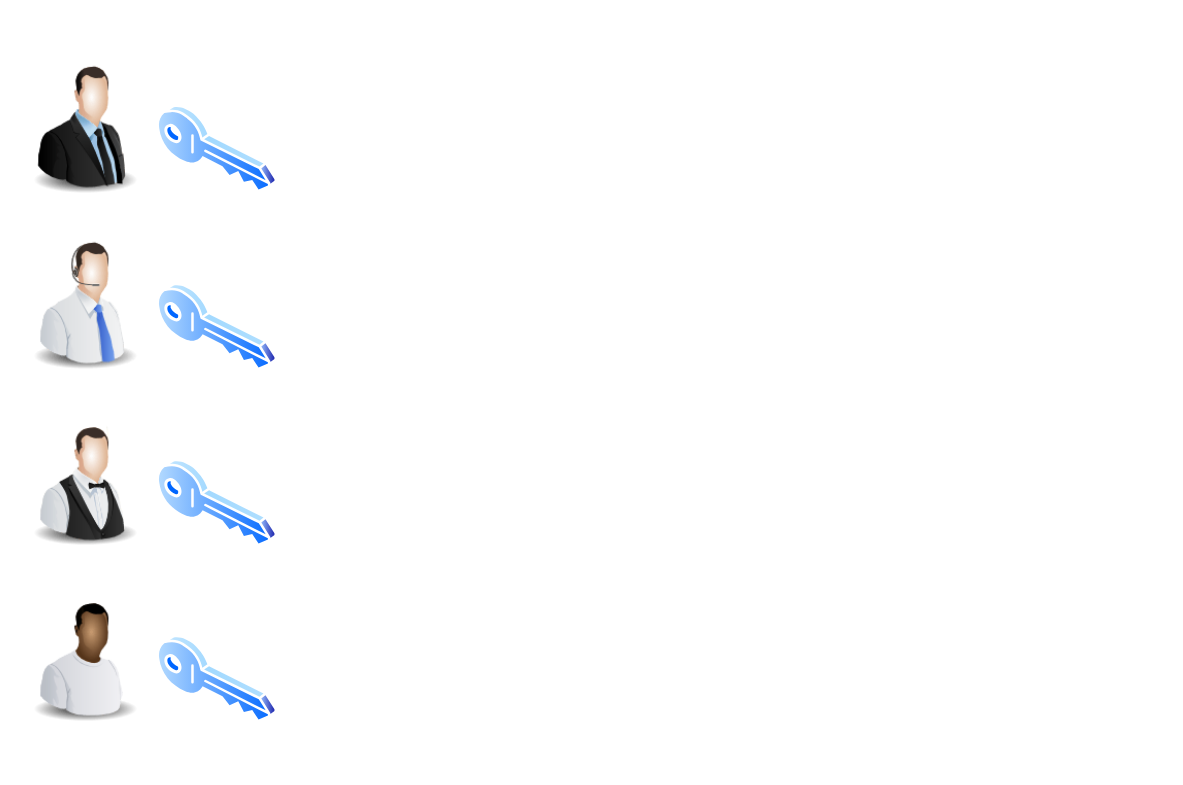
The draw.io diagram Unique/Paper Safe Wallet.drawio in hanggaa/Diagram, before the edit. Source tidied: cells renumbered, new cells numbered last; positions are measured from the earlier drawing's top-left corner, leaving out a move shared by most shapes. Both pictures are drawn from the tidied source at 110%, with x=0, y=0 at pixel (19, 63).
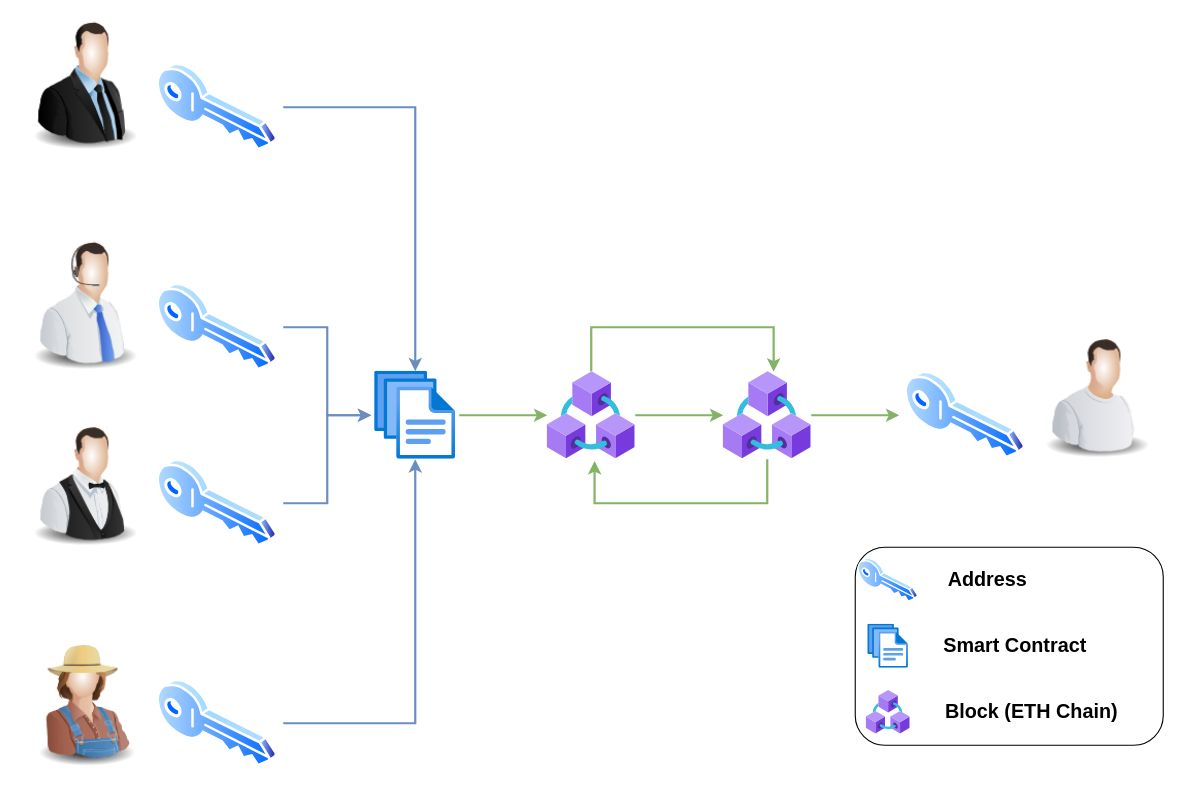
Above is the later version.

Unchanged cells that the change refers to:
```xml
<mxCell id="5" style="image;perimeter=ellipsePerimeter;html=1;align=center;shadow=0;dashed=0;spacingTop=3;image=img/lib/active_directory/key.svg;" parent="1" vertex="1">
  <mxGeometry x="120" y="200" width="120" height="80" as="geometry" />
</mxCell>
```

The edit, as a diff of the source:
```diff
@@
     <mxCell id="2" style="image;html=1;image=img/lib/clip_art/people/Suit_Man_128x128.png;" parent="1" vertex="1">
-      <mxGeometry width="120" height="120" as="geometry" />
+      <mxGeometry y="-40" width="120" height="120" as="geometry" />
     </mxCell>
+    <mxCell id="10" style="edgeStyle=orthogonalEdgeStyle;rounded=0;jettySize=auto;html=1;strokeWidth=2;fillColor=#dae8fc;strokeColor=#6c8ebf;" parent="1" edge="1" source="3" target="15">
+      <mxGeometry relative="1" as="geometry" />
+    </mxCell>
     <mxCell id="3" style="image;perimeter=ellipsePerimeter;html=1;align=center;shadow=0;dashed=0;spacingTop=3;image=img/lib/active_directory/key.svg;" parent="1" vertex="1">
-      <mxGeometry x="120" y="38" width="120" height="80" as="geometry" />
+      <mxGeometry x="120" width="120" height="80" as="geometry" />
     </mxCell>
@@
+    <mxCell id="11" style="edgeStyle=orthogonalEdgeStyle;rounded=0;jettySize=auto;html=1;strokeWidth=2;fillColor=#dae8fc;strokeColor=#6c8ebf;" parent="1" edge="1" source="5" target="15">
+      <mxGeometry relative="1" as="geometry" />
+    </mxCell>
@@
+    <mxCell id="12" style="edgeStyle=orthogonalEdgeStyle;rounded=0;jettySize=auto;html=1;strokeWidth=2;fillColor=#dae8fc;strokeColor=#6c8ebf;" parent="1" edge="1" source="7" target="15">
+      <mxGeometry relative="1" as="geometry" />
+    </mxCell>
-    <mxCell id="7" style="image;perimeter=ellipsePerimeter;html=1;align=center;shadow=0;dashed=0;spacingTop=3;image=img/lib/active_directory/key.svg;" parent="1" vertex="1">
+    <mxCell id="7" style="image;perimeter=ellipsePerimeter;html=1;align=center;shadow=0;dashed=0;spacingTop=3;image=img/lib/active_directory/key.svg;imageBackground=none;imageBorder=none;" parent="1" vertex="1">
       <mxGeometry x="120" y="360" width="120" height="80" as="geometry" />
     </mxCell>
-    <mxCell id="8" style="image;html=1;image=img/lib/clip_art/people/Worker_Black_128x128.png;" parent="1" vertex="1">
-      <mxGeometry y="480" width="120" height="120" as="geometry" />
-    </mxCell>
+    <mxCell id="13" style="edgeStyle=orthogonalEdgeStyle;rounded=0;jettySize=auto;html=1;strokeWidth=2;fillColor=#dae8fc;strokeColor=#6c8ebf;" parent="1" edge="1" source="9" target="15">
+      <mxGeometry relative="1" as="geometry" />
+    </mxCell>
     <mxCell id="9" style="image;perimeter=ellipsePerimeter;html=1;align=center;shadow=0;dashed=0;spacingTop=3;image=img/lib/active_directory/key.svg;" parent="1" vertex="1">
-      <mxGeometry x="120" y="520" width="120" height="80" as="geometry" />
+      <mxGeometry x="120" y="560" width="120" height="80" as="geometry" />
     </mxCell>
+    <mxCell id="14" style="edgeStyle=orthogonalEdgeStyle;rounded=0;jettySize=auto;html=1;fillColor=#d5e8d4;strokeColor=#82b366;strokeWidth=2;" parent="1" edge="1" source="15" target="18">
+      <mxGeometry relative="1" as="geometry" />
+    </mxCell>
+    <mxCell id="15" style="image;html=1;points=[];align=center;fontSize=12;image=img/lib/azure2/general/Files.svg;" parent="1" vertex="1">
+      <mxGeometry x="320" y="280" width="80" height="80" as="geometry" />
+    </mxCell>
+    <mxCell id="16" style="edgeStyle=orthogonalEdgeStyle;rounded=0;jettySize=auto;html=1;strokeWidth=2;fillColor=#d5e8d4;strokeColor=#82b366;" parent="1" edge="1" source="18" target="21">
+      <mxGeometry relative="1" as="geometry" />
+    </mxCell>
+    <mxCell id="17" style="edgeStyle=orthogonalEdgeStyle;rounded=0;jettySize=auto;html=1;entryX=0.573;entryY=0.004;entryDx=0;entryDy=0;entryPerimeter=0;strokeWidth=2;fillColor=#d5e8d4;strokeColor=#82b366;" parent="1" edge="1" source="18" target="21">
+      <mxGeometry relative="1" as="geometry">
+        <Array as="points">
+          <mxPoint x="520" y="240" />
+          <mxPoint x="686" y="240" />
+        </Array>
+      </mxGeometry>
+    </mxCell>
+    <mxCell id="18" style="image;html=1;points=[];align=center;fontSize=12;image=img/lib/azure2/blockchain/Azure_Blockchain_Service.svg;" parent="1" vertex="1">
+      <mxGeometry x="480" y="280" width="80" height="80" as="geometry" />
+    </mxCell>
+    <mxCell id="19" style="edgeStyle=orthogonalEdgeStyle;rounded=0;jettySize=auto;html=1;entryX=0.538;entryY=1.021;entryDx=0;entryDy=0;entryPerimeter=0;fillColor=#d5e8d4;strokeColor=#82b366;strokeWidth=2;" parent="1" edge="1" source="21" target="18">
+      <mxGeometry relative="1" as="geometry">
+        <Array as="points">
+          <mxPoint x="680" y="400" />
+          <mxPoint x="523" y="400" />
+        </Array>
+      </mxGeometry>
+    </mxCell>
+    <mxCell id="20" style="edgeStyle=orthogonalEdgeStyle;rounded=0;jettySize=auto;html=1;entryX=0;entryY=0.5;entryDx=0;entryDy=0;strokeWidth=2;fillColor=#d5e8d4;strokeColor=#82b366;" parent="1" edge="1" source="21" target="23">
+      <mxGeometry relative="1" as="geometry" />
+    </mxCell>
+    <mxCell id="21" style="image;html=1;points=[];align=center;fontSize=12;image=img/lib/azure2/blockchain/Azure_Blockchain_Service.svg;" parent="1" vertex="1">
+      <mxGeometry x="640" y="280" width="80" height="80" as="geometry" />
+    </mxCell>
+    <mxCell id="22" style="image;html=1;image=img/lib/clip_art/people/Farmer_Woman_128x128.png;" parent="1" vertex="1">
+      <mxGeometry y="520" width="120" height="120" as="geometry" />
+    </mxCell>
+    <mxCell id="23" style="image;perimeter=ellipsePerimeter;html=1;align=center;shadow=0;dashed=0;spacingTop=3;image=img/lib/active_directory/key.svg;" parent="1" vertex="1">
+      <mxGeometry x="800" y="280" width="120" height="80" as="geometry" />
+    </mxCell>
+    <mxCell id="24" style="rounded=1;whiteSpace=wrap;html=1;" parent="1" vertex="1">
+      <mxGeometry x="760" y="440" width="280" height="180" as="geometry" />
+    </mxCell>
+    <mxCell id="25" style="image;perimeter=ellipsePerimeter;html=1;align=center;shadow=0;dashed=0;spacingTop=3;image=img/lib/active_directory/key.svg;" parent="1" vertex="1">
+      <mxGeometry x="760" y="450" width="60" height="40" as="geometry" />
+    </mxCell>
+    <mxCell id="26" style="image;html=1;image=img/lib/clip_art/people/Worker_Man_128x128.png;" parent="1" vertex="1">
+      <mxGeometry x="920" y="240" width="120" height="120" as="geometry" />
+    </mxCell>
+    <mxCell id="27" style="image;html=1;align=center;fontSize=12;image=img/lib/azure2/general/Files.svg;" parent="1" vertex="1">
+      <mxGeometry x="770" y="510" width="40" height="40" as="geometry" />
+    </mxCell>
+    <mxCell id="28" style="image;html=1;align=center;fontSize=12;image=img/lib/azure2/blockchain/Azure_Blockchain_Service.svg;" parent="1" vertex="1">
+      <mxGeometry x="770" y="570" width="40" height="40" as="geometry" />
+    </mxCell>
+    <mxCell id="29" value="Address" style="text;html=1;align=center;verticalAlign=middle;strokeColor=none;fillColor=none;fontSize=18;fontStyle=1;" parent="1" vertex="1">
+      <mxGeometry x="830" y="450" width="100" height="40" as="geometry" />
+    </mxCell>
+    <mxCell id="30" value="Smart Contract" style="text;html=1;align=center;verticalAlign=middle;strokeColor=none;fillColor=none;fontSize=18;fontStyle=1;" parent="1" vertex="1">
+      <mxGeometry x="830" y="510" width="150" height="40" as="geometry" />
+    </mxCell>
+    <mxCell id="31" value="Block (ETH Chain)" style="text;html=1;align=center;verticalAlign=middle;strokeColor=none;fillColor=none;fontSize=18;fontStyle=1;" parent="1" vertex="1">
+      <mxGeometry x="830" y="570" width="180" height="40" as="geometry" />
+    </mxCell>
```
